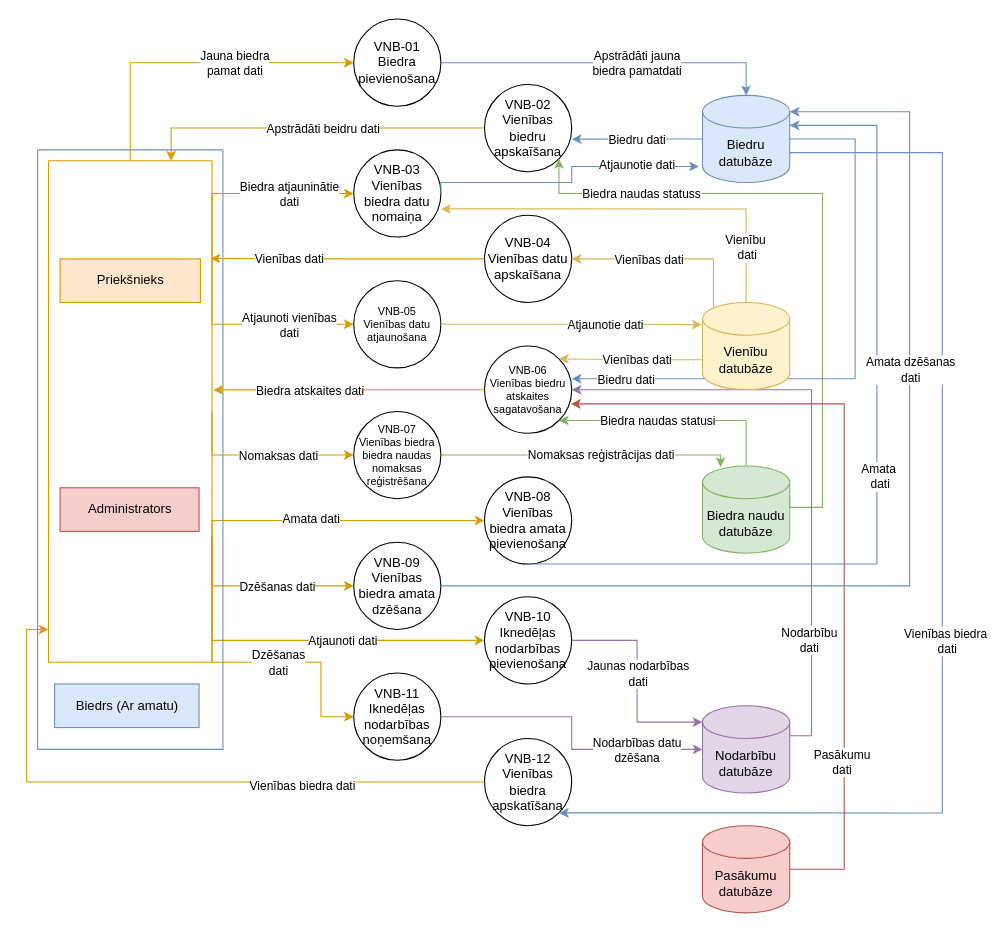
Before: page "2.limena_VNB_DPD" (5 of 10) of Documentation/DiagramData/LSGCO_IS_DIAGRAMS.drawio in JekabsVanags/LSGCO_IS, a draw.io diagram. Source tidied: cells renumbered, new cells numbered last; positions are measured from the earlier drawing's top-left corner, leaving out a move shared by most shapes. Both pictures are drawn from the tidied source at 109%, with x=0, y=0 at pixel (26, 19).
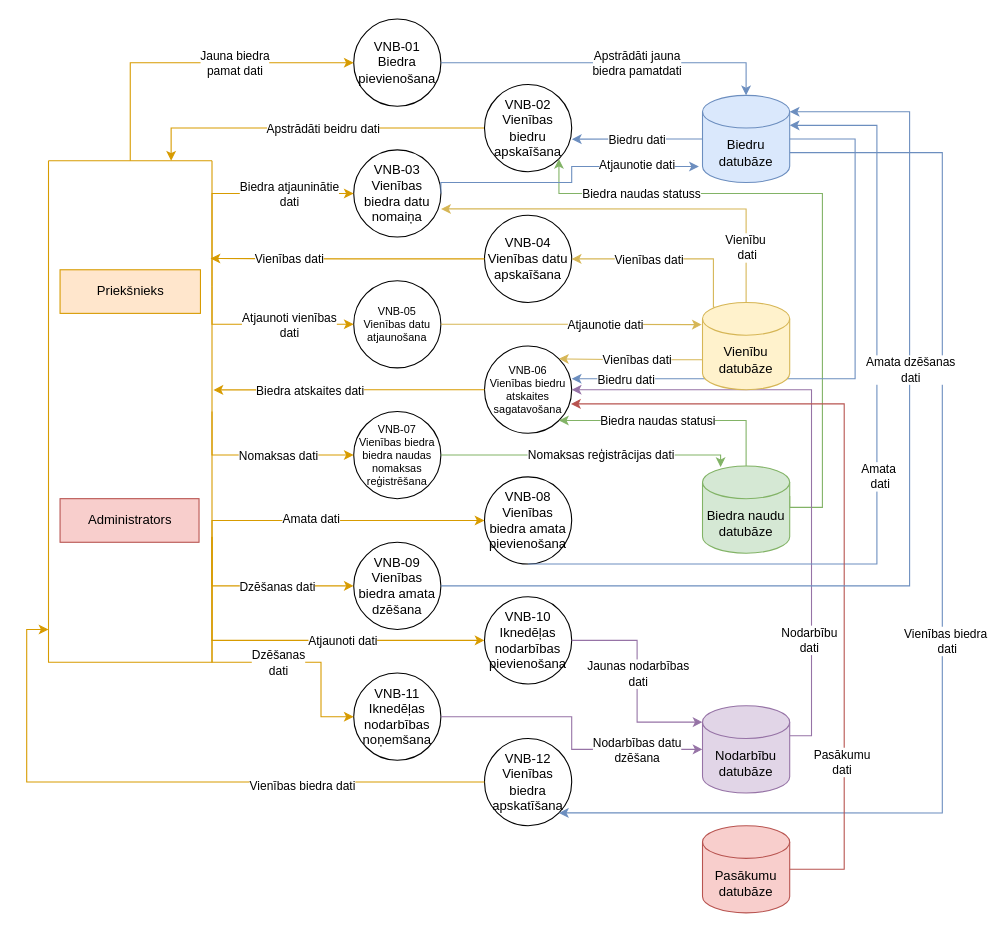
The same diagram, later.

Unchanged cells that the change refers to:
```xml
<mxCell id="47" style="swimlane;startSize=0;fillColor=#ffe6cc;strokeColor=#d79b00;" parent="1" vertex="1">
  <mxGeometry x="20" y="130" width="150" height="460" as="geometry" />
</mxCell>
```

The edit, as a diff of the source:
```diff
@@
-    <mxCell id="48" style="swimlane;startSize=0;fillColor=#dae8fc;strokeColor=#6c8ebf;" parent="1" vertex="1">
-      <mxGeometry x="10" y="120" width="170" height="550" as="geometry" />
-    </mxCell>
-    <mxCell id="49" value="Priekšnieks" style="rounded=0;whiteSpace=wrap;html=1;fillColor=#ffe6cc;strokeColor=#d79b00;fontColor=#000000;" parent="48" vertex="1">
-      <mxGeometry x="20.6" y="100" width="128.8" height="40" as="geometry" />
+    <mxCell id="49" value="Priekšnieks" style="rounded=0;whiteSpace=wrap;html=1;fillColor=#ffe6cc;strokeColor=#d79b00;fontColor=#000000;" parent="47" vertex="1">
+      <mxGeometry x="10.6" y="100" width="128.8" height="40" as="geometry" />
     </mxCell>
-    <mxCell id="50" value="Administrators" style="rounded=0;whiteSpace=wrap;html=1;fillColor=#f8cecc;strokeColor=#b85450;fontColor=#000000;" parent="48" vertex="1">
-      <mxGeometry x="20.6" y="310" width="127.5" height="40" as="geometry" />
+    <mxCell id="50" value="Administrators" style="rounded=0;whiteSpace=wrap;html=1;fillColor=#f8cecc;strokeColor=#b85450;fontColor=#000000;" parent="47" vertex="1">
+      <mxGeometry x="10.6" y="310" width="127.5" height="40" as="geometry" />
     </mxCell>
-    <mxCell id="51" value="Biedrs (Ar amatu)" style="rounded=0;whiteSpace=wrap;html=1;fillColor=#dae8fc;strokeColor=#6c8ebf;labelBackgroundColor=none;fontColor=#000000;" parent="48" vertex="1">
-      <mxGeometry x="15.6" y="490" width="132.5" height="40" as="geometry" />
-    </mxCell>
```
